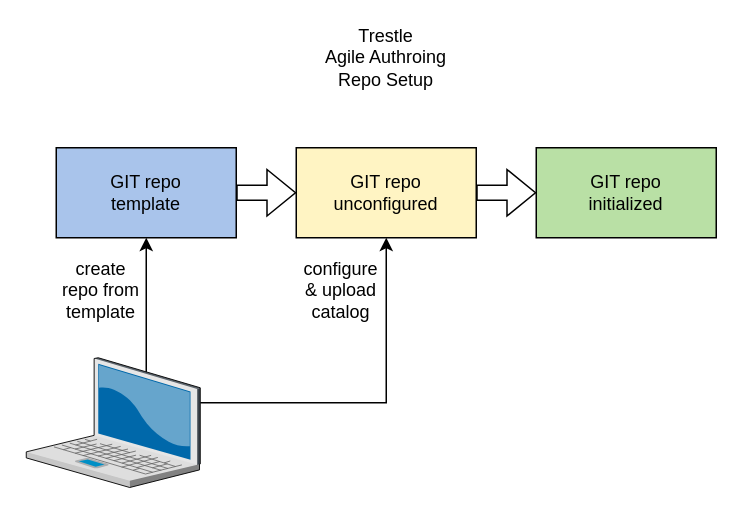
Before: drawio/onetime-setup.drawio in oscal-compass/compliance-trestle-agile-authoring, a draw.io diagram. Source tidied: cells renumbered, new cells numbered last; positions are measured from the earlier drawing's top-left corner, leaving out a move shared by most shapes. Both pictures are drawn from the tidied source at 150%, with x=0, y=0 at pixel (26, 27).
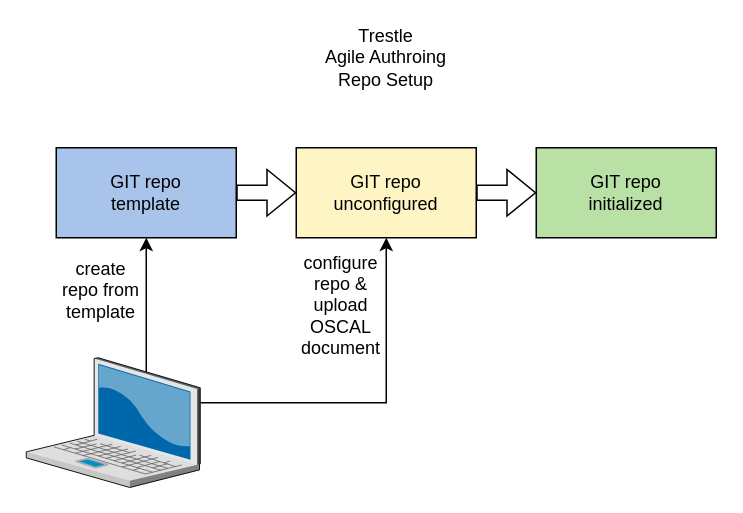
Above is the later version.

What changed in the source:
```diff
@@
 <mxGraphModel>
   <root>
     <mxCell id="0" />
     <mxCell id="1" parent="0" />
     <mxCell id="2" style="edgeStyle=orthogonalEdgeStyle;rounded=0;jettySize=auto;html=1;exitX=0.5;exitY=0;exitDx=0;exitDy=0;entryX=0.5;entryY=1;entryDx=0;entryDy=0;" parent="1" edge="1" source="4" target="6">
       <mxGeometry relative="1" as="geometry" />
     </mxCell>
     <mxCell id="3" style="edgeStyle=orthogonalEdgeStyle;rounded=0;jettySize=auto;html=1;exitX=1;exitY=0.5;exitDx=0;exitDy=0;" parent="1" edge="1" source="4" target="9">
       <mxGeometry relative="1" as="geometry" />
     </mxCell>
     <mxCell id="4" style="rounded=0;whiteSpace=wrap;html=1;" parent="1" vertex="1">
       <mxGeometry x="70" y="240" width="20" height="20" as="geometry" />
     </mxCell>
     <mxCell id="5" style="edgeStyle=orthogonalEdgeStyle;rounded=0;jettySize=auto;html=1;exitX=1;exitY=0.5;exitDx=0;exitDy=0;entryX=0;entryY=0.5;entryDx=0;entryDy=0;shape=flexArrow;" parent="1" edge="1" source="6" target="9">
       <mxGeometry relative="1" as="geometry" />
     </mxCell>
     <mxCell id="6" value="GIT repo&lt;br&gt;template" style="rounded=0;whiteSpace=wrap;html=1;fillColor=#A9C4EB;" parent="1" vertex="1">
       <mxGeometry x="20" y="80" width="120" height="60" as="geometry" />
     </mxCell>
     <mxCell id="7" value="GIT repo&lt;br&gt;initialized" style="rounded=0;whiteSpace=wrap;html=1;fillColor=#B9E0A5;" parent="1" vertex="1">
       <mxGeometry x="340" y="80" width="120" height="60" as="geometry" />
     </mxCell>
     <mxCell id="8" style="edgeStyle=orthogonalEdgeStyle;rounded=0;jettySize=auto;html=1;exitX=1;exitY=0.5;exitDx=0;exitDy=0;entryX=0;entryY=0.5;entryDx=0;entryDy=0;shape=flexArrow;" parent="1" edge="1" source="9" target="7">
       <mxGeometry relative="1" as="geometry" />
     </mxCell>
     <mxCell id="9" value="GIT repo&lt;br&gt;unconfigured" style="rounded=0;whiteSpace=wrap;html=1;fillColor=#FFF4C3;" parent="1" vertex="1">
       <mxGeometry x="180" y="80" width="120" height="60" as="geometry" />
     </mxCell>
     <mxCell id="10" style="verticalLabelPosition=bottom;sketch=0;html=1;verticalAlign=top;strokeColor=none;align=center;shape=mxgraph.citrix.laptop_2;" parent="1" vertex="1">
       <mxGeometry y="220" width="116" height="86.5" as="geometry" />
     </mxCell>
     <mxCell id="11" value="Trestle&lt;br&gt;Agile Authroing&lt;br&gt;Repo Setup" style="text;html=1;strokeColor=none;fillColor=none;align=center;verticalAlign=middle;whiteSpace=wrap;rounded=0;" parent="1" vertex="1">
       <mxGeometry x="180" width="120" height="40" as="geometry" />
     </mxCell>
     <mxCell id="12" value="create repo from template" style="text;html=1;strokeColor=none;fillColor=none;align=center;verticalAlign=middle;whiteSpace=wrap;rounded=0;" parent="1" vertex="1">
       <mxGeometry x="20" y="160" width="60" height="30" as="geometry" />
     </mxCell>
-    <mxCell id="13" value="configure &amp;amp; upload catalog" style="text;html=1;strokeColor=none;fillColor=none;align=center;verticalAlign=middle;whiteSpace=wrap;rounded=0;" parent="1" vertex="1">
-      <mxGeometry x="180" y="160" width="60" height="30" as="geometry" />
+    <mxCell id="13" value="configure repo &amp;amp; upload&lt;br&gt;OSCAL&lt;br&gt;document" style="text;html=1;strokeColor=none;fillColor=none;align=center;verticalAlign=middle;whiteSpace=wrap;rounded=0;" parent="1" vertex="1">
+      <mxGeometry x="180" y="170" width="60" height="30" as="geometry" />
     </mxCell>
   </root>
 </mxGraphModel>
```
